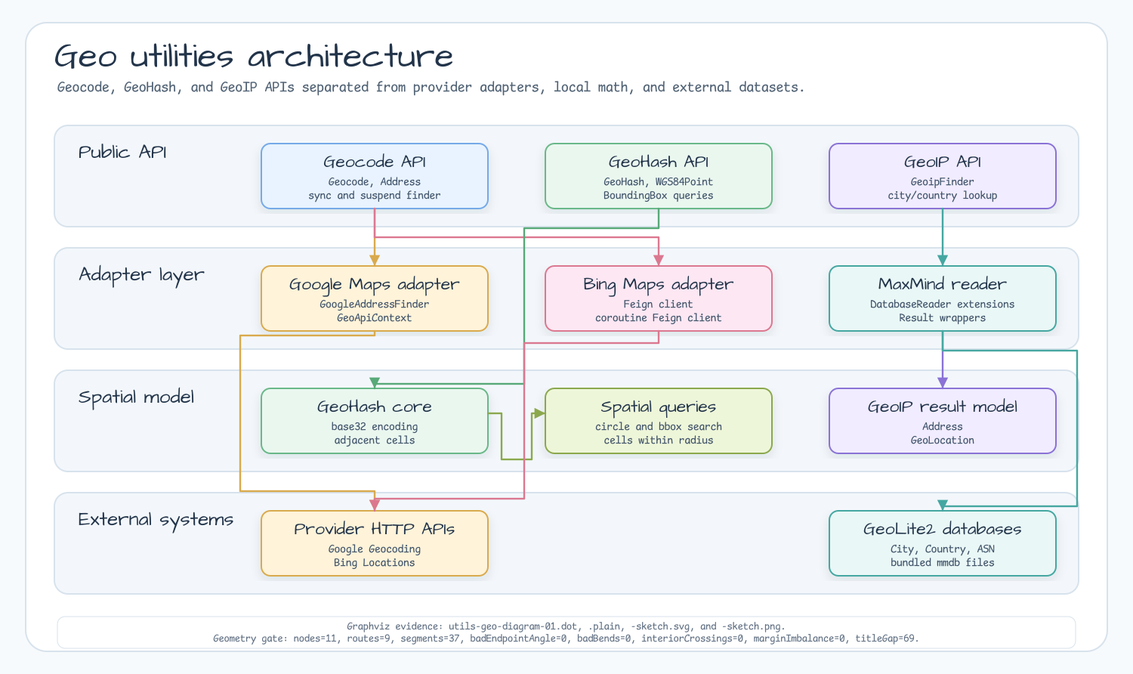
Above: docs/images/readme-diagrams/utils-geo-diagram-01.png in bluetape4k/bluetape4k-projects (Graphviz), before the change. Its source is kept beside it as docs/images/readme-diagrams/utils-geo-diagram-01.dot.
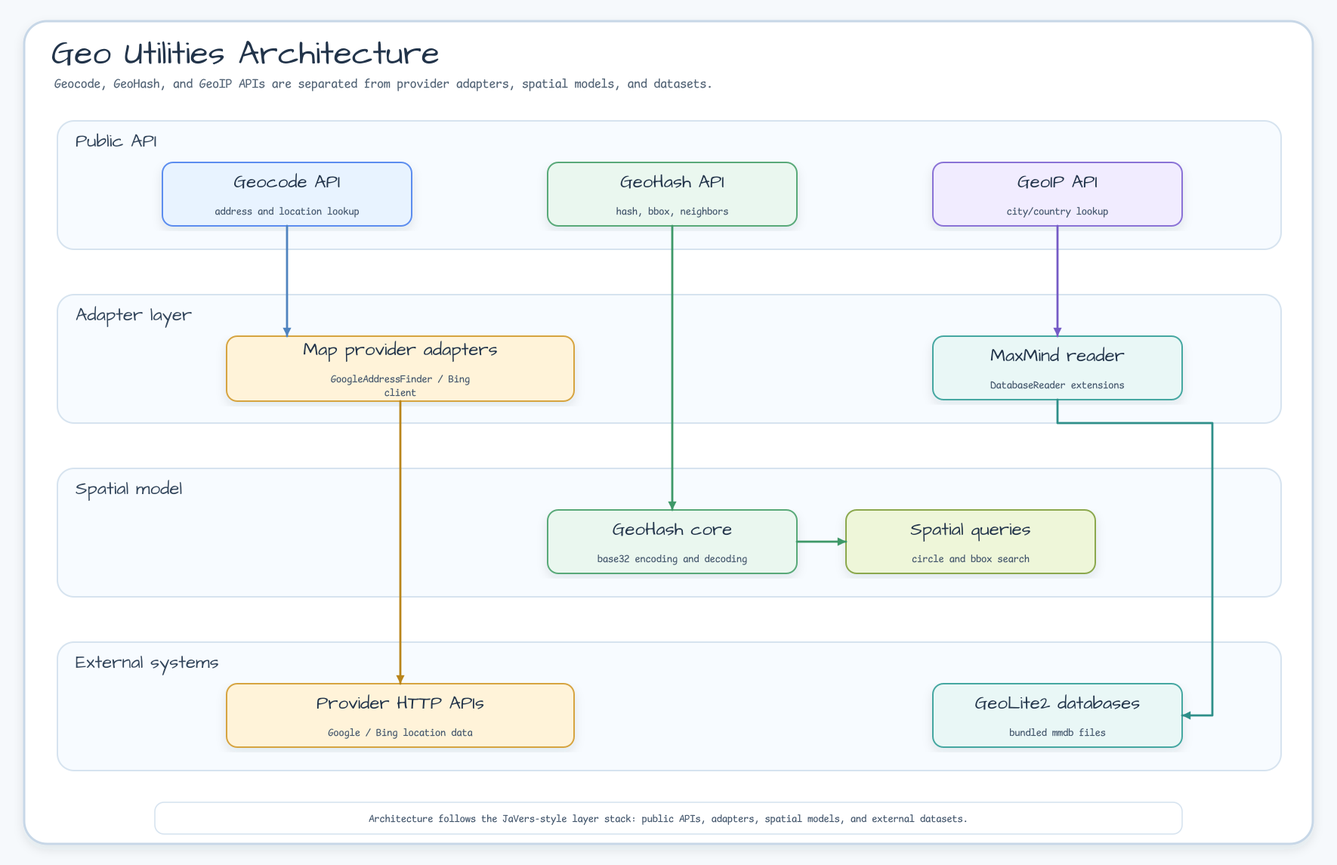
Later version of the same file.

What changed in the source:
```diff
@@ -42,12 +42,9 @@
     "geo-db" [label="GeoLite2 databases", fillcolor="#E9F7F6", color="#45A7A1"];
   }
   "geocode" -> "google" [xlabel="google finder", color="#D9AA4D"];
-  "geocode" -> "bing" [xlabel="bing finder", color="#DB7890"];
   "geohash-api" -> "geohash-core" [xlabel="index", color="#58A978"];
   "geohash-core" -> "geo-queries" [xlabel="search cells", color="#8BA84D"];
   "geoip" -> "maxmind-reader" [xlabel="reader", color="#45A7A1"];
-  "maxmind-reader" -> "geo-result" [xlabel="normalize", color="#8A72D6"];
   "google" -> "provider-http" [xlabel="HTTP", color="#D9AA4D"];
-  "bing" -> "provider-http" [xlabel="HTTP", color="#DB7890"];
   "maxmind-reader" -> "geo-db" [xlabel="mmdb", color="#45A7A1"];
 }
```
